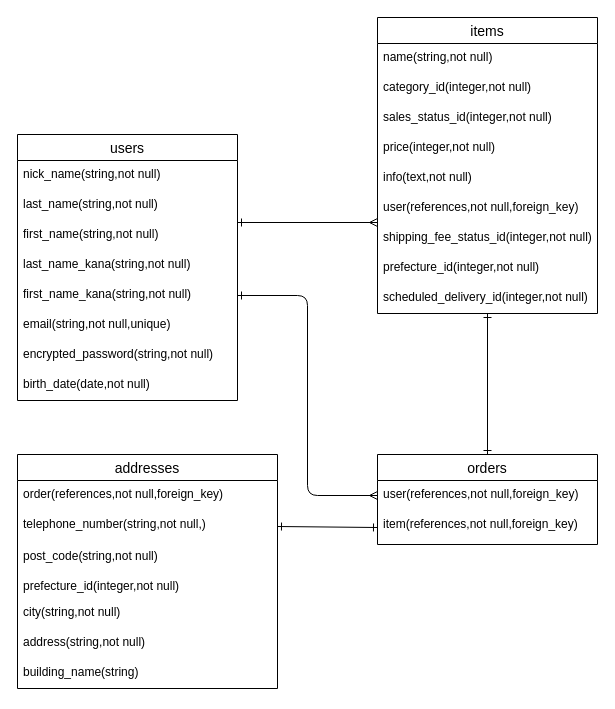
This is er.dio from kamukamu-lemon/furima-42235, a draw.io file, before an edit. Source tidied: cells renumbered, new cells numbered last; positions are measured from the earlier drawing's top-left corner, leaving out a move shared by most shapes. Both pictures are drawn from the tidied source at 100%, with x=0, y=0 at pixel (17, 17).
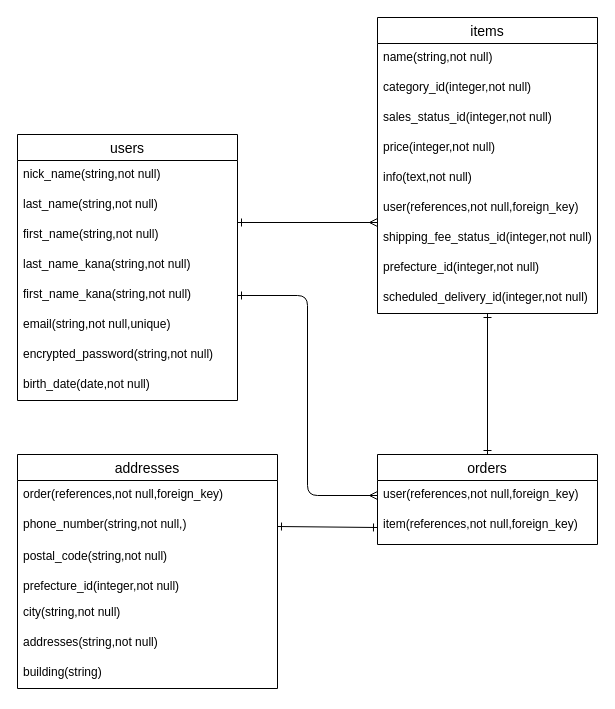
Above is the later version.

The change refers to these unchanged cells:
```xml
<mxCell id="11" value="addresses" style="swimlane;fontStyle=0;horizontal=1;startSize=26;align=center;fontSize=14;" parent="1" vertex="1">
  <mxGeometry y="437" width="260" height="234" as="geometry" />
</mxCell>
```

Diff of the diagram source:
```diff
@@
-    <mxCell id="13" value="telephone_number(string,not null,)" style="text;strokeColor=none;fillColor=none;spacingLeft=4;spacingRight=4;overflow=hidden;points=[[0,0.5],[1,0.5]];portConstraint=eastwest;fontSize=12;whiteSpace=wrap;html=1;" parent="11" vertex="1">
+    <mxCell id="13" value="phone_number(string,not null,)" style="text;strokeColor=none;fillColor=none;spacingLeft=4;spacingRight=4;overflow=hidden;points=[[0,0.5],[1,0.5]];portConstraint=eastwest;fontSize=12;whiteSpace=wrap;html=1;" parent="11" vertex="1">
       <mxGeometry y="56" width="260" height="32" as="geometry" />
     </mxCell>
-    <mxCell id="14" value="post_code(string,not null)" style="text;strokeColor=none;fillColor=none;spacingLeft=4;spacingRight=4;overflow=hidden;fontSize=12;whiteSpace=wrap;html=1;" parent="11" vertex="1">
+    <mxCell id="14" value="postal_code(string,not null)" style="text;strokeColor=none;fillColor=none;spacingLeft=4;spacingRight=4;overflow=hidden;fontSize=12;whiteSpace=wrap;html=1;" parent="11" vertex="1">
       <mxGeometry y="88" width="260" height="30" as="geometry" />
     </mxCell>
@@
-    <mxCell id="17" value="address&lt;span style=&quot;color: rgb(0, 0, 0);&quot;&gt;(string,not null)&lt;/span&gt;" style="text;strokeColor=none;fillColor=none;spacingLeft=4;spacingRight=4;overflow=hidden;fontSize=12;whiteSpace=wrap;html=1;" parent="11" vertex="1">
+    <mxCell id="17" value="addresses&lt;span style=&quot;color: rgb(0, 0, 0);&quot;&gt;(string,not null)&lt;/span&gt;" style="text;strokeColor=none;fillColor=none;spacingLeft=4;spacingRight=4;overflow=hidden;fontSize=12;whiteSpace=wrap;html=1;" parent="11" vertex="1">
       <mxGeometry y="174" width="260" height="30" as="geometry" />
     </mxCell>
-    <mxCell id="18" value="building_name(string)" style="text;strokeColor=none;fillColor=none;spacingLeft=4;spacingRight=4;overflow=hidden;fontSize=12;whiteSpace=wrap;html=1;" parent="11" vertex="1">
+    <mxCell id="18" value="building(string)" style="text;strokeColor=none;fillColor=none;spacingLeft=4;spacingRight=4;overflow=hidden;fontSize=12;whiteSpace=wrap;html=1;" parent="11" vertex="1">
       <mxGeometry y="204" width="260" height="30" as="geometry" />
     </mxCell>
```
